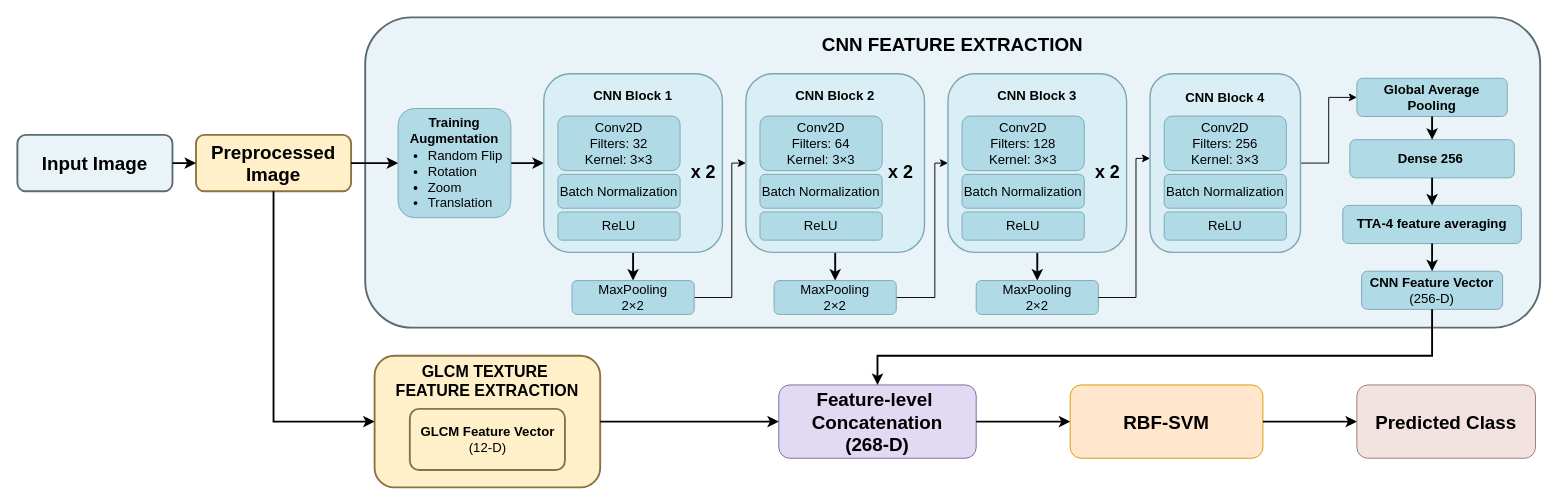
The draw.io diagram m8_archi.drawio in fac010150-cyber/draw_io, before the edit. Source tidied: cells renumbered, new cells numbered last; positions are measured from the earlier drawing's top-left corner, leaving out a move shared by most shapes. Both pictures are drawn from the tidied source at 94%, with x=0, y=0 at pixel (17, 17).
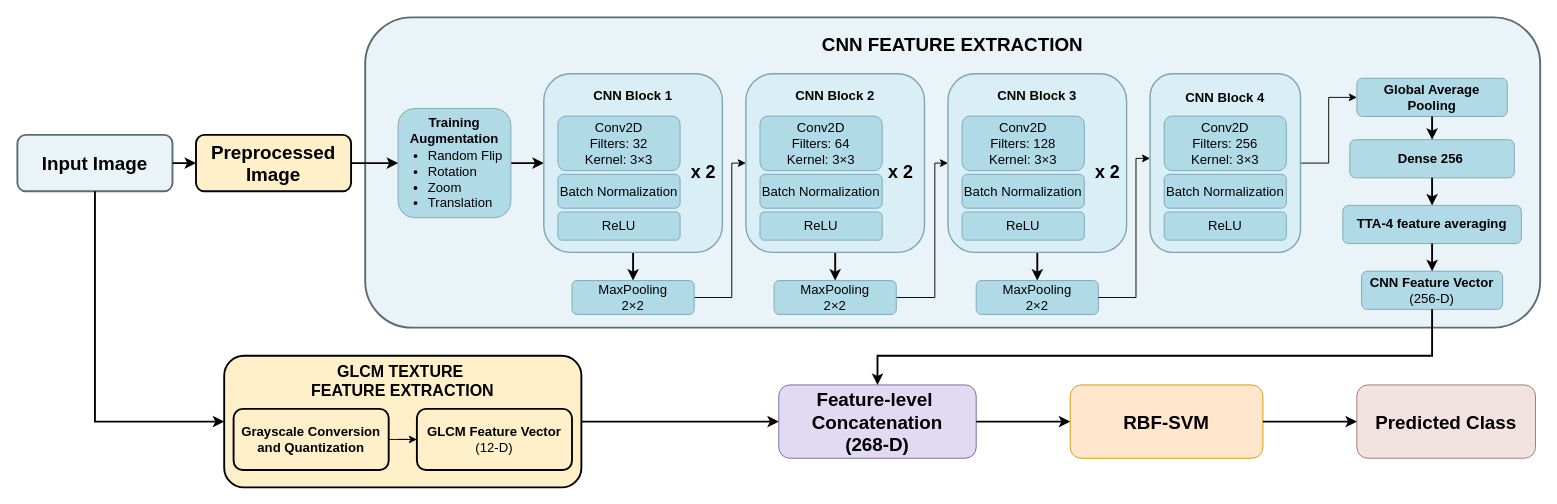
After the change.

The change refers to these unchanged cells:
```xml
<mxCell id="2" value="&lt;span&gt;Input Image&lt;/span&gt;" style="rounded=1;whiteSpace=wrap;html=1;fillColor=#EAF4F8;strokeColor=#5B6B73;strokeWidth=2;fontSize=20;fontStyle=1;" parent="1" vertex="1">
  <mxGeometry y="125" width="165" height="60" as="geometry" />
</mxCell>
```

Change to the diagram source:
```diff
@@
-    <mxCell id="3" value="&lt;div&gt;&lt;font&gt;&lt;span&gt;Preprocessed&lt;/span&gt;&lt;/font&gt;&lt;/div&gt;&lt;div&gt;&lt;font&gt;&lt;span&gt;Image&lt;/span&gt;&lt;/font&gt;&lt;/div&gt;" style="rounded=1;whiteSpace=wrap;html=1;fillColor=#FFF0C9;strokeColor=#8B7241;strokeWidth=2;fontSize=20;fontStyle=1;" parent="1" vertex="1">
+    <mxCell id="3" value="&lt;div&gt;&lt;font&gt;&lt;span&gt;Preprocessed&lt;/span&gt;&lt;/font&gt;&lt;/div&gt;&lt;div&gt;&lt;font&gt;&lt;span&gt;Image&lt;/span&gt;&lt;/font&gt;&lt;/div&gt;" style="rounded=1;whiteSpace=wrap;html=1;fillColor=#FFF0C9;strokeColor=light-dark(#000000, #9d885e);strokeWidth=2;fontSize=20;fontStyle=1;" parent="1" vertex="1">
       <mxGeometry x="190" y="125" width="165" height="60" as="geometry" />
     </mxCell>
@@
-    <mxCell id="12" style="rounded=1;whiteSpace=wrap;html=1;fillColor=#FFF0C9;strokeColor=#8B7241;strokeWidth=2;" parent="1" vertex="1">
-      <mxGeometry x="380" y="360" width="240" height="140" as="geometry" />
+    <mxCell id="12" style="rounded=1;whiteSpace=wrap;html=1;fillColor=#FFF0C9;strokeColor=light-dark(#000000, #9d885e);strokeWidth=2;" parent="1" vertex="1">
+      <mxGeometry x="220" y="360" width="380" height="140" as="geometry" />
     </mxCell>
     <mxCell id="13" value="&lt;div&gt;&lt;b&gt;GLCM TEXTURE&amp;nbsp;&lt;/b&gt;&lt;/div&gt;&lt;div&gt;&lt;b&gt;FEATURE EXTRACTION&lt;/b&gt;&lt;/div&gt;" style="text;html=1;whiteSpace=wrap;strokeColor=none;fillColor=none;fontStyle=1;fontSize=17;align=center;" parent="1" vertex="1">
-      <mxGeometry x="390" y="361" width="220" height="30" as="geometry" />
+      <mxGeometry x="300" y="361" width="220" height="30" as="geometry" />
     </mxCell>
-    <mxCell id="14" value="&lt;b&gt;GLCM Feature Vector&lt;/b&gt;&lt;br&gt;(12-D)" style="rounded=1;whiteSpace=wrap;html=1;fillColor=#FFF0C9;strokeColor=#8B7241;strokeWidth=2;fontSize=14;" parent="1" vertex="1">
-      <mxGeometry x="417.5" y="416.5" width="165" height="65" as="geometry" />
+    <mxCell id="14" value="&lt;b&gt;GLCM Feature Vector&lt;/b&gt;&lt;br&gt;(12-D)" style="rounded=1;whiteSpace=wrap;html=1;fillColor=#FFF0C9;strokeColor=light-dark(#000000, #9d885e);strokeWidth=2;fontSize=14;" parent="1" vertex="1">
+      <mxGeometry x="425" y="416.5" width="165" height="65" as="geometry" />
     </mxCell>
@@
-    <mxCell id="62" style="edgeStyle=none;jettySize=auto;html=1;rounded=0;exitX=0.5;exitY=1;exitDx=0;exitDy=0;entryX=0;entryY=0.5;entryDx=0;entryDy=0;curved=0;strokeWidth=2;" parent="1" edge="1" source="3" target="12">
+    <mxCell id="62" style="edgeStyle=none;jettySize=auto;html=1;rounded=0;exitX=0.5;exitY=1;exitDx=0;exitDy=0;entryX=0;entryY=0.5;entryDx=0;entryDy=0;curved=0;strokeWidth=2;" parent="1" edge="1" source="2" target="12">
       <mxGeometry x="0.1" relative="1" as="geometry">
         <Array as="points">
-          <mxPoint x="272.5" y="430" />
+          <mxPoint x="82.5" y="430" />
         </Array>
       </mxGeometry>
     </mxCell>
+    <mxCell id="63" style="edgeStyle=orthogonalEdgeStyle;rounded=0;jettySize=auto;html=1;" parent="1" edge="1" source="64" target="14">
+      <mxGeometry relative="1" as="geometry" />
+    </mxCell>
+    <mxCell id="64" value="&lt;b&gt;Grayscale Conversion and Quantization&lt;/b&gt;" style="rounded=1;whiteSpace=wrap;html=1;fillColor=#FFF0C9;strokeColor=light-dark(#000000, #9d885e);strokeWidth=2;fontSize=14;" parent="1" vertex="1">
+      <mxGeometry x="230" y="416.5" width="165" height="65" as="geometry" />
+    </mxCell>
```
